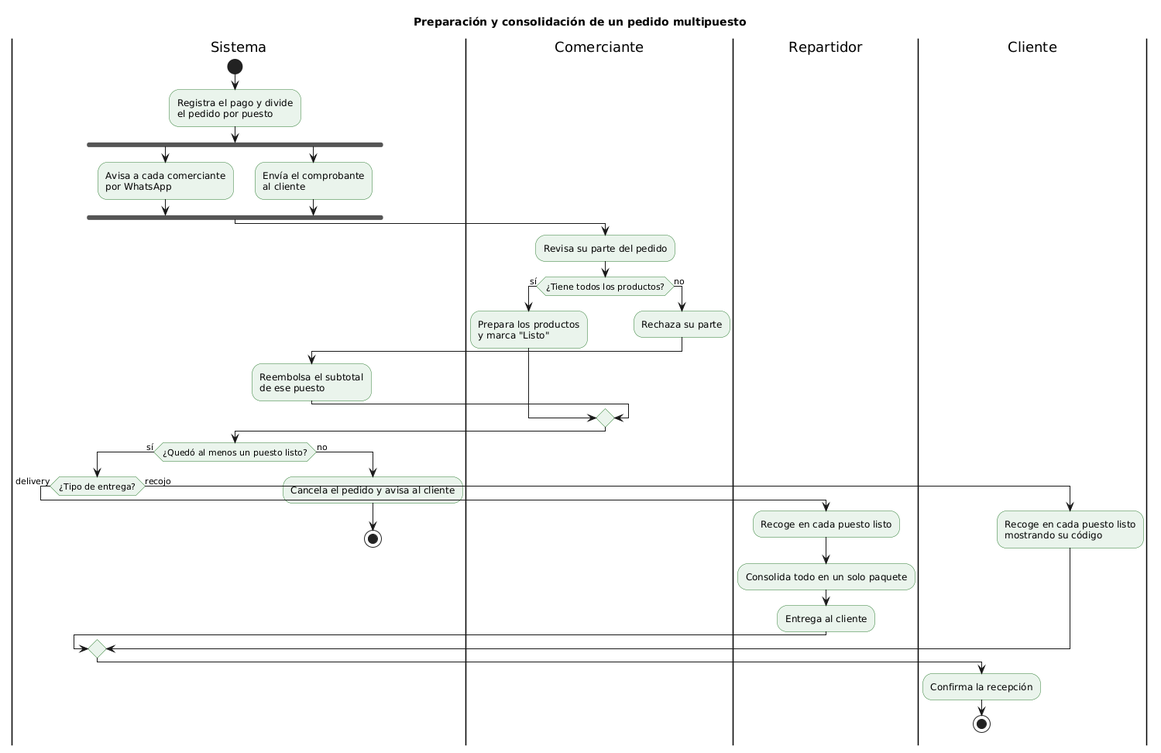
Above: docs/design/img/actividades-consolidar-pedido.png in gustavoyunque/cs-2026b-lab04-grupo (PlantUML), before the change.
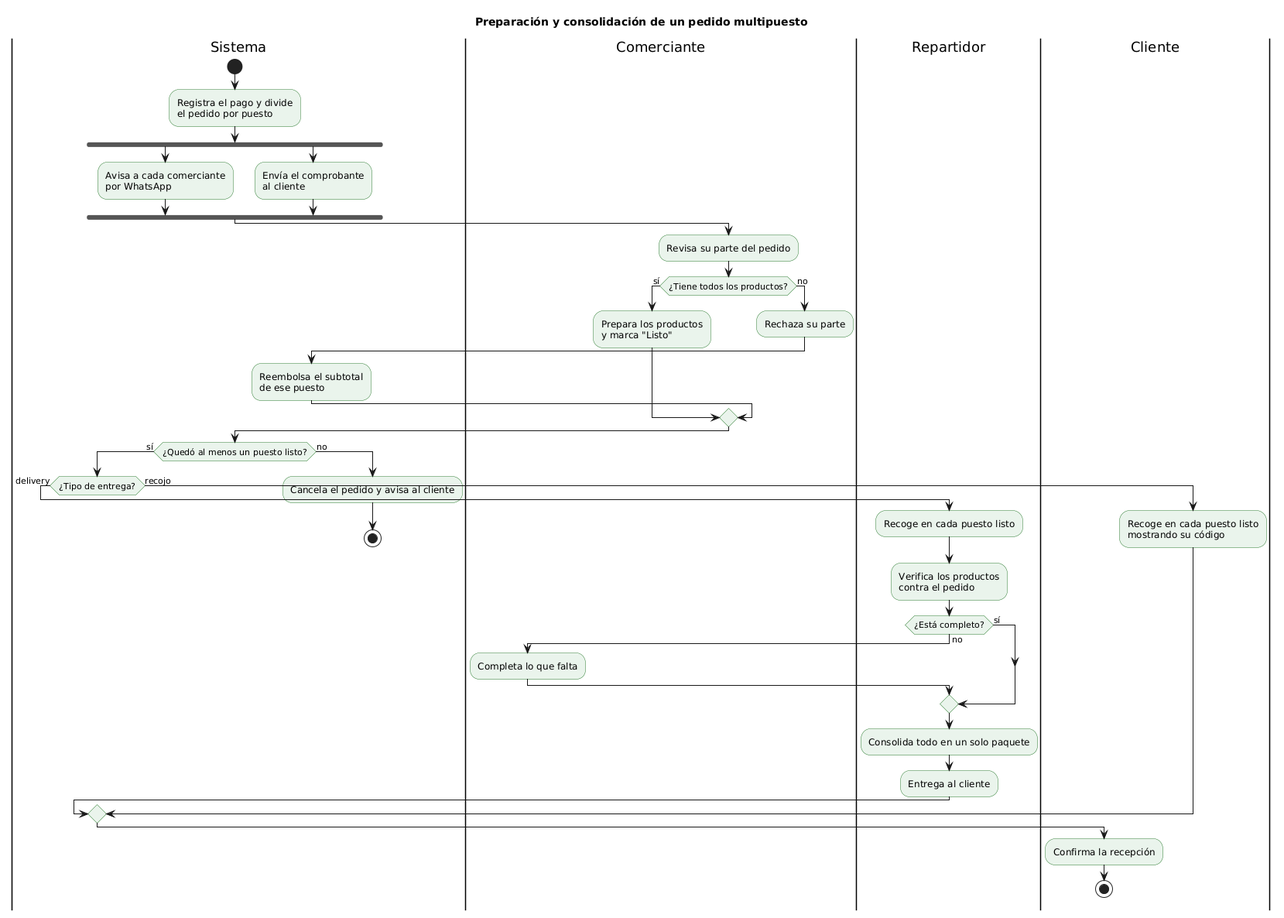
The same diagram one commit later.

The edit, as a diff of the source:
```diff
@@ -26,6 +26,13 @@
   if (¿Tipo de entrega?) then (delivery)
     |Repartidor|
     :Recoge en cada puesto listo;
+    :Verifica los productos\ncontra el pedido;
+    if (¿Está completo?) then (sí)
+    else (no)
+      |Comerciante|
+      :Completa lo que falta;
+      |Repartidor|
+    endif
     :Consolida todo en un solo paquete;
     :Entrega al cliente;
   else (recojo)
```
